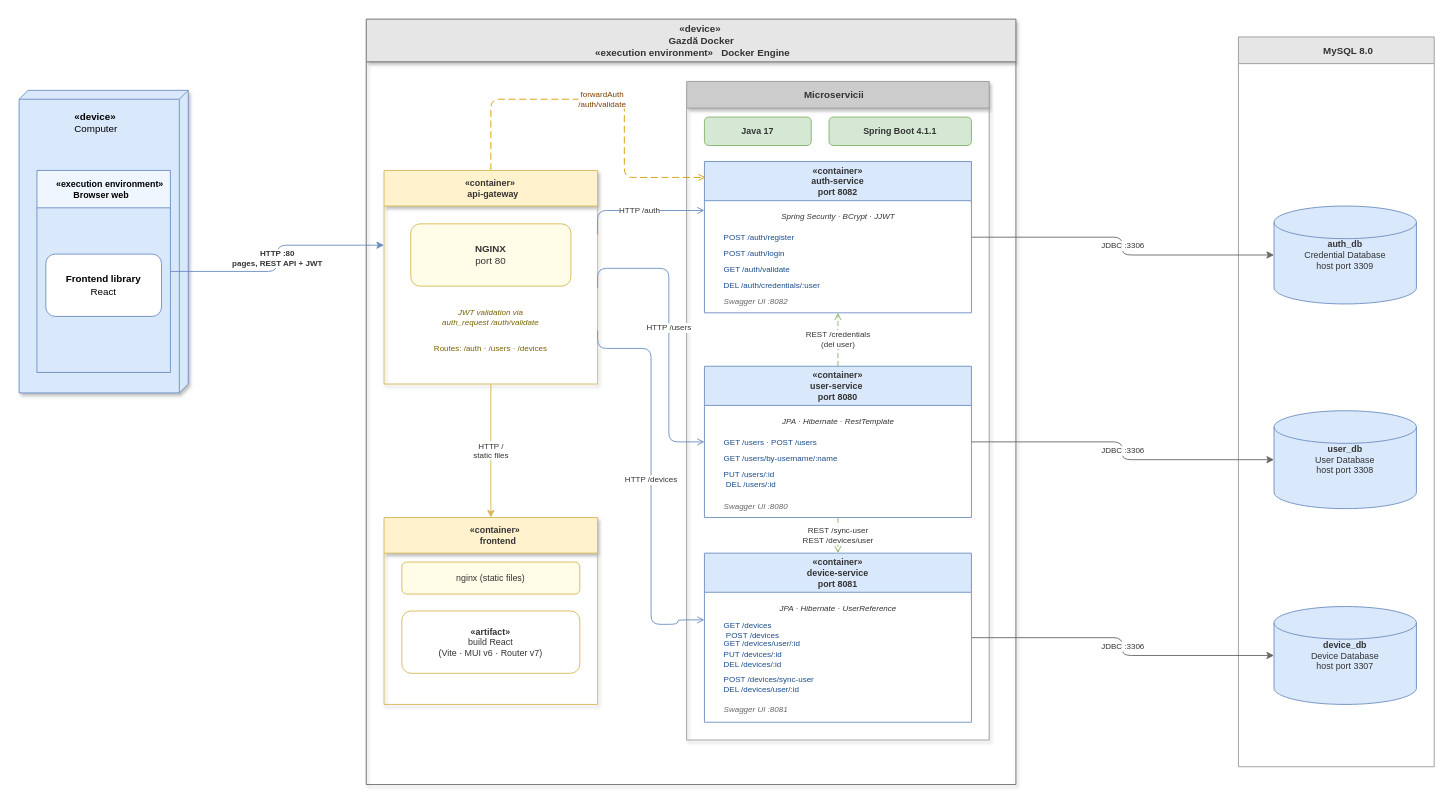
Earlier version of the draw.io diagram DiagramaDeDeplyment/deployment-diagram.drawio (LauraaRoman/Assignment1-DS). Source tidied: cells renumbered, new cells numbered last; positions are measured from the earlier drawing's top-left corner, leaving out a move shared by most shapes. Both pictures are drawn from the tidied source at 89%, with x=0, y=0 at pixel (19, 19).
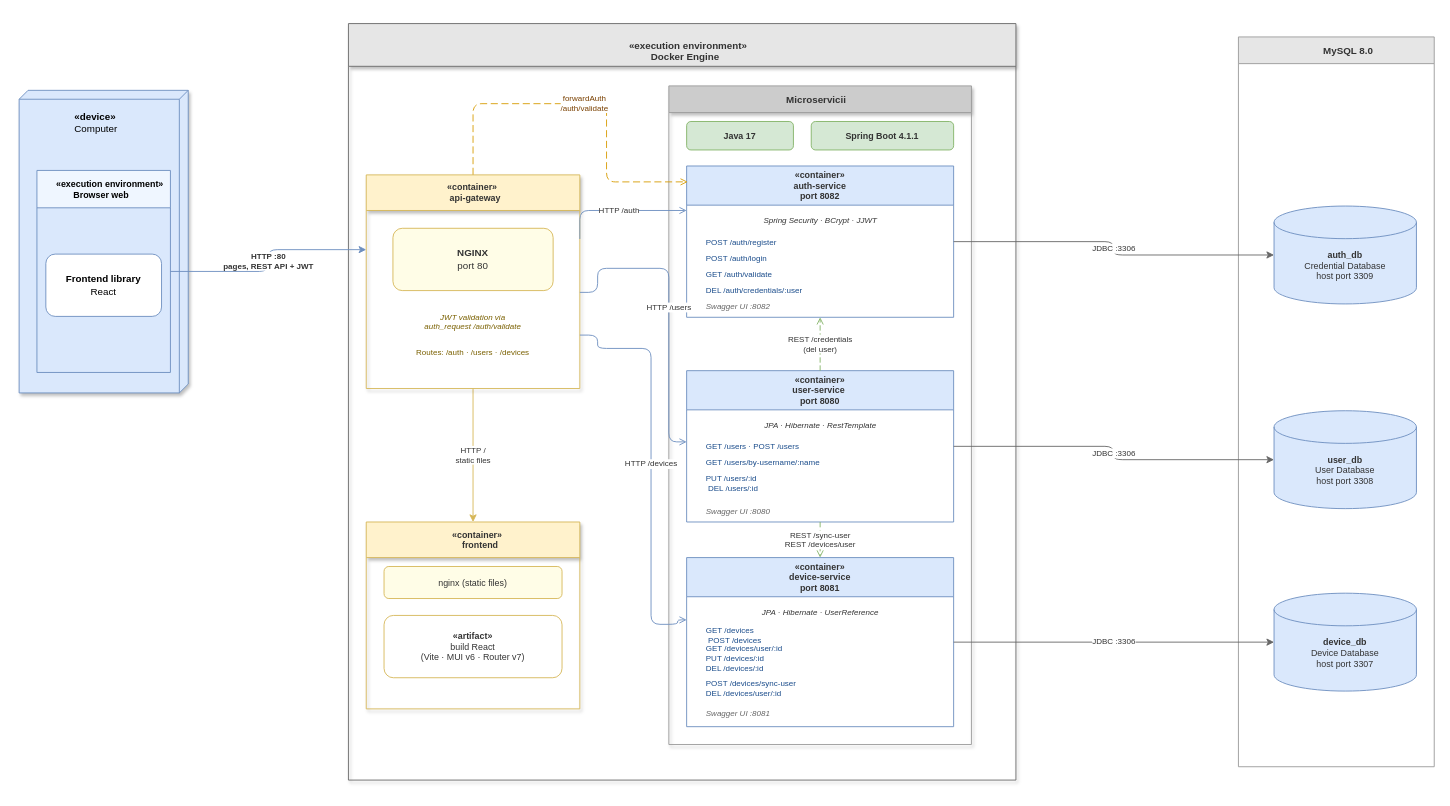
The same page after the edit.

The change refers to these unchanged cells:
```xml
<mxCell id="38" value="                            MySQL 8.0" style="swimlane;startSize=30;fillColor=#E6E6E6;strokeColor=#999999;fontColor=#333333;fontSize=11;fontStyle=1;align=left;spacingLeft=8;arcSize=2;" parent="1" vertex="1">
  <mxGeometry x="1370" y="20" width="220" height="820" as="geometry" />
</mxCell>
```

What changed in the source:
```diff
@@
-    <mxCell id="5" value="                                                                                                                «device» &#10;                                                                                                            Gazdă Docker&#10;                                                                                 «execution environment»   Docker Engine" style="swimlane;startSize=48;fillColor=#E6E6E6;strokeColor=#666666;fontColor=#333333;fontSize=11;fontStyle=1;align=left;spacingLeft=8;arcSize=2;shadow=1;" parent="1" vertex="1">
-      <mxGeometry x="390" width="730" height="860" as="geometry" />
+    <mxCell id="5" value="  &#10;                                                                                                    «execution environment»   &#10;                                                                                                            Docker Engine" style="swimlane;startSize=48;fillColor=#E6E6E6;strokeColor=#666666;fontColor=#333333;fontSize=11;fontStyle=1;align=left;spacingLeft=8;arcSize=2;shadow=1;" parent="1" vertex="1">
+      <mxGeometry x="370" y="5" width="750" height="850" as="geometry" />
     </mxCell>
@@
+    <mxCell id="41" value="&lt;div&gt;&lt;b&gt;&lt;br&gt;&lt;/b&gt;&lt;/div&gt;&lt;b&gt;&lt;div&gt;&lt;b&gt;&lt;br&gt;&lt;/b&gt;&lt;/div&gt;device_db&lt;/b&gt;&lt;br&gt;Device Database&lt;br&gt;host port 3307" style="shape=mxgraph.flowchart.database;whiteSpace=wrap;html=1;fillColor=#dae8fc;strokeColor=#6c8ebf;fontColor=#333333;fontSize=10;" parent="38" vertex="1">
+      <mxGeometry x="40" y="625" width="160" height="110" as="geometry" />
+    </mxCell>
-    <mxCell id="39" value="&lt;b&gt;auth_db&lt;/b&gt;&lt;br&gt;Credential Database&lt;br&gt;host port 3309" style="shape=mxgraph.flowchart.database;whiteSpace=wrap;html=1;fillColor=#dae8fc;strokeColor=#6c8ebf;fontColor=#333333;fontSize=10;" parent="38" vertex="1">
+    <mxCell id="39" value="&lt;div&gt;&lt;b&gt;&lt;br&gt;&lt;/b&gt;&lt;/div&gt;&lt;b&gt;&lt;div&gt;&lt;b&gt;&lt;br&gt;&lt;/b&gt;&lt;/div&gt;auth_db&lt;/b&gt;&lt;br&gt;Credential Database&lt;br&gt;host port 3309" style="shape=mxgraph.flowchart.database;whiteSpace=wrap;html=1;fillColor=#dae8fc;strokeColor=#6c8ebf;fontColor=#333333;fontSize=10;" parent="38" vertex="1">
       <mxGeometry x="40" y="190" width="160" height="110" as="geometry" />
     </mxCell>
-    <mxCell id="40" value="&lt;b&gt;user_db&lt;/b&gt;&lt;br&gt;User Database&lt;br&gt;host port 3308" style="shape=mxgraph.flowchart.database;whiteSpace=wrap;html=1;fillColor=#dae8fc;strokeColor=#6c8ebf;fontColor=#333333;fontSize=10;" parent="38" vertex="1">
+    <mxCell id="40" value="&lt;div&gt;&lt;b&gt;&lt;br&gt;&lt;/b&gt;&lt;/div&gt;&lt;b&gt;&lt;div&gt;&lt;b&gt;&lt;br&gt;&lt;/b&gt;&lt;/div&gt;&lt;div&gt;&lt;b style=&quot;background-color: transparent; color: light-dark(rgb(51, 51, 51), rgb(193, 193, 193));&quot;&gt;user_db&lt;/b&gt;&lt;/div&gt;&lt;/b&gt;User Database&lt;br&gt;host port 3308" style="shape=mxgraph.flowchart.database;whiteSpace=wrap;html=1;fillColor=#dae8fc;strokeColor=#6c8ebf;fontColor=#333333;fontSize=10;" parent="38" vertex="1">
       <mxGeometry x="40" y="420" width="160" height="110" as="geometry" />
     </mxCell>
-    <mxCell id="41" value="&lt;b&gt;device_db&lt;/b&gt;&lt;br&gt;Device Database&lt;br&gt;host port 3307" style="shape=mxgraph.flowchart.database;whiteSpace=wrap;html=1;fillColor=#dae8fc;strokeColor=#6c8ebf;fontColor=#333333;fontSize=10;" parent="38" vertex="1">
-      <mxGeometry x="40" y="640" width="160" height="110" as="geometry" />
-    </mxCell>
```
